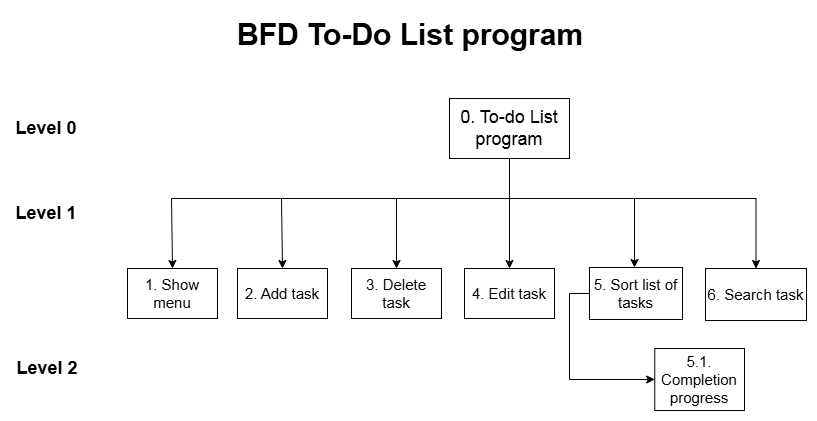
Above: docs/task_flow_diagram.drawio.png in MinhDatj/Todo-List-sub_Program (draw.io), before the change. Source tidied: cells renumbered, new cells last; positions are measured from the earlier drawing's top-left corner, leaving out a move shared by most shapes. Its diagram source:
```xml
<mxGraphModel>
  <root>
    <mxCell id="0" />
    <mxCell id="1" parent="0" />
    <mxCell id="2" style="edgeStyle=orthogonalEdgeStyle;rounded=0;jettySize=auto;html=1;entryX=0.5;entryY=0;entryDx=0;entryDy=0;" parent="1" edge="1" source="6" target="9">
      <mxGeometry relative="1" as="geometry" />
    </mxCell>
    <mxCell id="3" style="edgeStyle=orthogonalEdgeStyle;rounded=0;jettySize=auto;html=1;entryX=0.5;entryY=0;entryDx=0;entryDy=0;exitX=0.5;exitY=1;exitDx=0;exitDy=0;" parent="1" edge="1" source="6" target="8">
      <mxGeometry relative="1" as="geometry">
        <Array as="points">
          <mxPoint x="499" y="188" />
          <mxPoint x="386" y="188" />
        </Array>
      </mxGeometry>
    </mxCell>
    <mxCell id="4" style="edgeStyle=orthogonalEdgeStyle;rounded=0;jettySize=auto;html=1;entryX=0.5;entryY=0;entryDx=0;entryDy=0;exitX=0.5;exitY=1;exitDx=0;exitDy=0;" parent="1" edge="1" source="6" target="12">
      <mxGeometry relative="1" as="geometry">
        <Array as="points">
          <mxPoint x="499" y="188" />
          <mxPoint x="746" y="188" />
        </Array>
      </mxGeometry>
    </mxCell>
    <mxCell id="5" style="edgeStyle=orthogonalEdgeStyle;rounded=0;jettySize=auto;html=1;" parent="1" edge="1" source="6" target="11">
      <mxGeometry relative="1" as="geometry">
        <Array as="points">
          <mxPoint x="499" y="188" />
          <mxPoint x="624" y="188" />
        </Array>
      </mxGeometry>
    </mxCell>
    <mxCell id="6" value="&lt;font style=&quot;font-size: 18px;&quot;&gt;0. To-do List program&lt;/font&gt;" style="rounded=0;whiteSpace=wrap;html=1;" parent="1" vertex="1">
      <mxGeometry x="439" y="88" width="120" height="60" as="geometry" />
    </mxCell>
    <mxCell id="7" value="&lt;font style=&quot;font-size: 15px;&quot;&gt;2. Add task&lt;/font&gt;" style="rounded=0;whiteSpace=wrap;html=1;" parent="1" vertex="1">
      <mxGeometry x="227" y="258" width="90" height="50" as="geometry" />
    </mxCell>
    <mxCell id="8" value="&lt;font style=&quot;font-size: 15px;&quot;&gt;3. Delete task&lt;/font&gt;" style="rounded=0;whiteSpace=wrap;html=1;" parent="1" vertex="1">
      <mxGeometry x="341" y="258" width="90" height="50" as="geometry" />
    </mxCell>
    <mxCell id="9" value="&lt;font&gt;4. Edit task&lt;/font&gt;" style="rounded=0;whiteSpace=wrap;html=1;fontSize=15;" parent="1" vertex="1">
      <mxGeometry x="454" y="258" width="90" height="50" as="geometry" />
    </mxCell>
    <mxCell id="10" style="edgeStyle=orthogonalEdgeStyle;rounded=0;jettySize=auto;html=1;entryX=0;entryY=0.5;entryDx=0;entryDy=0;exitX=0;exitY=0.5;exitDx=0;exitDy=0;" parent="1" edge="1" source="11" target="14">
      <mxGeometry relative="1" as="geometry" />
    </mxCell>
    <mxCell id="11" value="&lt;font&gt;5. Sort list of tasks&lt;/font&gt;" style="rounded=0;whiteSpace=wrap;html=1;fontSize=15;" parent="1" vertex="1">
      <mxGeometry x="579" y="257" width="93" height="52" as="geometry" />
    </mxCell>
    <mxCell id="12" value="&lt;font&gt;6. Search task&lt;/font&gt;" style="rounded=0;whiteSpace=wrap;html=1;fontSize=15;" parent="1" vertex="1">
      <mxGeometry x="695" y="258" width="101" height="52" as="geometry" />
    </mxCell>
    <mxCell id="13" style="endArrow=classic;html=1;rounded=0;exitX=0.5;exitY=1;exitDx=0;exitDy=0;entryX=0.5;entryY=0;entryDx=0;entryDy=0;" parent="1" edge="1" source="6" target="7">
      <mxGeometry relative="1" as="geometry">
        <Array as="points">
          <mxPoint x="499" y="188" />
          <mxPoint x="271" y="188" />
        </Array>
      </mxGeometry>
    </mxCell>
    <mxCell id="14" value="&lt;font&gt;5.1. Completion progress&lt;/font&gt;" style="rounded=0;whiteSpace=wrap;html=1;fontSize=15;" parent="1" vertex="1">
      <mxGeometry x="644.2" y="338" width="89.8" height="62" as="geometry" />
    </mxCell>
    <mxCell id="15" value="&lt;b&gt;&lt;font style=&quot;font-size: 18px;&quot;&gt;Level 0&lt;/font&gt;&lt;/b&gt;" style="text;html=1;align=center;verticalAlign=middle;whiteSpace=wrap;rounded=0;" parent="1" vertex="1">
      <mxGeometry y="103" width="72" height="30" as="geometry" />
    </mxCell>
    <mxCell id="16" value="&lt;b&gt;&lt;font style=&quot;font-size: 18px;&quot;&gt;Level 1&lt;/font&gt;&lt;/b&gt;" style="text;html=1;align=center;verticalAlign=middle;whiteSpace=wrap;rounded=0;" parent="1" vertex="1">
      <mxGeometry x="3" y="188" width="66" height="30" as="geometry" />
    </mxCell>
    <mxCell id="17" value="&lt;b&gt;&lt;font style=&quot;font-size: 18px;&quot;&gt;Level 2&lt;/font&gt;&lt;/b&gt;" style="text;html=1;align=center;verticalAlign=middle;whiteSpace=wrap;rounded=0;" parent="1" vertex="1">
      <mxGeometry x="5" y="343" width="64" height="30" as="geometry" />
    </mxCell>
    <mxCell id="18" value="&lt;font style=&quot;font-size: 15px;&quot;&gt;1. Show menu&lt;/font&gt;" style="rounded=0;whiteSpace=wrap;html=1;" parent="1" vertex="1">
      <mxGeometry x="117" y="258" width="90" height="50" as="geometry" />
    </mxCell>
    <mxCell id="19" style="endArrow=classic;html=1;rounded=0;exitX=0.5;exitY=1;exitDx=0;exitDy=0;entryX=0.5;entryY=0;entryDx=0;entryDy=0;" parent="1" edge="1" source="6" target="18">
      <mxGeometry relative="1" as="geometry">
        <Array as="points">
          <mxPoint x="499" y="188" />
          <mxPoint x="161" y="188" />
        </Array>
      </mxGeometry>
    </mxCell>
    <mxCell id="20" value="&lt;h1 style=&quot;margin-top: 0px;&quot;&gt;BFD To-Do List program&lt;/h1&gt;" style="text;html=1;whiteSpace=wrap;overflow=hidden;rounded=0;fontSize=15;" parent="1" vertex="1">
      <mxGeometry x="225" width="386" height="59" as="geometry" />
    </mxCell>
  </root>
</mxGraphModel>
```
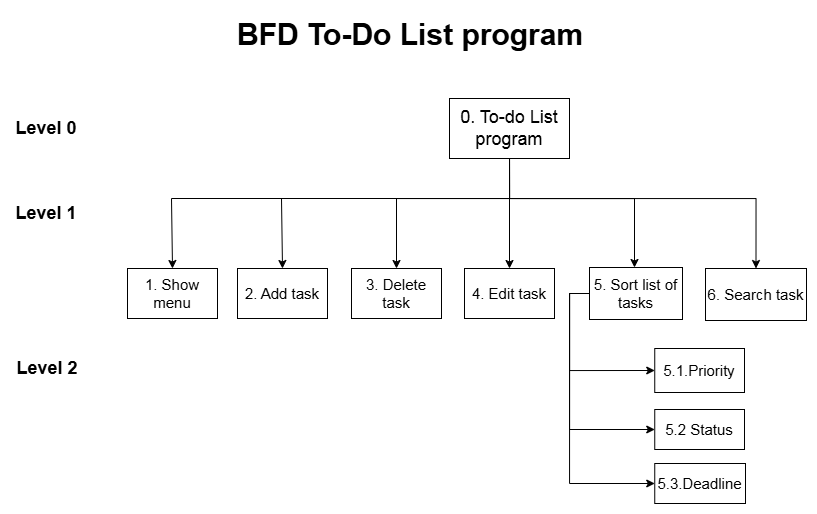
After the change.

The edit, as a diff of the source:
```diff
@@ -41,9 +41,15 @@
     <mxCell id="9" value="&lt;font&gt;4. Edit task&lt;/font&gt;" style="rounded=0;whiteSpace=wrap;html=1;fontSize=15;" parent="1" vertex="1">
       <mxGeometry x="454" y="258" width="90" height="50" as="geometry" />
     </mxCell>
-    <mxCell id="10" style="edgeStyle=orthogonalEdgeStyle;rounded=0;jettySize=auto;html=1;entryX=0;entryY=0.5;entryDx=0;entryDy=0;exitX=0;exitY=0.5;exitDx=0;exitDy=0;" parent="1" edge="1" source="11" target="14">
-      <mxGeometry relative="1" as="geometry" />
-    </mxCell>
+    <mxCell id="21" style="edgeStyle=orthogonalEdgeStyle;rounded=0;jettySize=auto;html=1;entryX=0;entryY=0.5;entryDx=0;entryDy=0;exitX=0;exitY=0.5;exitDx=0;exitDy=0;" parent="1" edge="1" source="11" target="24">
+      <mxGeometry relative="1" as="geometry" />
+    </mxCell>
+    <mxCell id="22" style="edgeStyle=orthogonalEdgeStyle;rounded=0;jettySize=auto;html=1;entryX=0;entryY=0.5;entryDx=0;entryDy=0;exitX=0;exitY=0.5;exitDx=0;exitDy=0;" parent="1" edge="1" source="11" target="25">
+      <mxGeometry relative="1" as="geometry" />
+    </mxCell>
+    <mxCell id="23" style="edgeStyle=orthogonalEdgeStyle;rounded=0;jettySize=auto;html=1;entryX=0;entryY=0.5;entryDx=0;entryDy=0;exitX=0;exitY=0.5;exitDx=0;exitDy=0;" parent="1" edge="1" source="11" target="26">
+      <mxGeometry relative="1" as="geometry" />
+    </mxCell>
     <mxCell id="11" value="&lt;font&gt;5. Sort list of tasks&lt;/font&gt;" style="rounded=0;whiteSpace=wrap;html=1;fontSize=15;" parent="1" vertex="1">
       <mxGeometry x="579" y="257" width="93" height="52" as="geometry" />
     </mxCell>
@@ -58,9 +64,15 @@
         </Array>
       </mxGeometry>
     </mxCell>
-    <mxCell id="14" value="&lt;font&gt;5.1. Completion progress&lt;/font&gt;" style="rounded=0;whiteSpace=wrap;html=1;fontSize=15;" parent="1" vertex="1">
-      <mxGeometry x="644.2" y="338" width="89.8" height="62" as="geometry" />
-    </mxCell>
+    <mxCell id="24" value="&lt;font&gt;5.1.Priority&lt;/font&gt;" style="rounded=0;whiteSpace=wrap;html=1;fontSize=15;" parent="1" vertex="1">
+      <mxGeometry x="644.2" y="338" width="89.8" height="44" as="geometry" />
+    </mxCell>
+    <mxCell id="25" value="&lt;font&gt;5.2 Status&lt;/font&gt;" style="rounded=0;whiteSpace=wrap;html=1;fontSize=15;" parent="1" vertex="1">
+      <mxGeometry x="644.2" y="399" width="89.8" height="40" as="geometry" />
+    </mxCell>
+    <mxCell id="26" value="&lt;font&gt;5.3.Deadline&lt;/font&gt;" style="rounded=0;whiteSpace=wrap;html=1;fontSize=15;" parent="1" vertex="1">
+      <mxGeometry x="644.2" y="453" width="90.8" height="40" as="geometry" />
+    </mxCell>
     <mxCell id="15" value="&lt;b&gt;&lt;font style=&quot;font-size: 18px;&quot;&gt;Level 0&lt;/font&gt;&lt;/b&gt;" style="text;html=1;align=center;verticalAlign=middle;whiteSpace=wrap;rounded=0;" parent="1" vertex="1">
       <mxGeometry y="103" width="72" height="30" as="geometry" />
     </mxCell>
```
